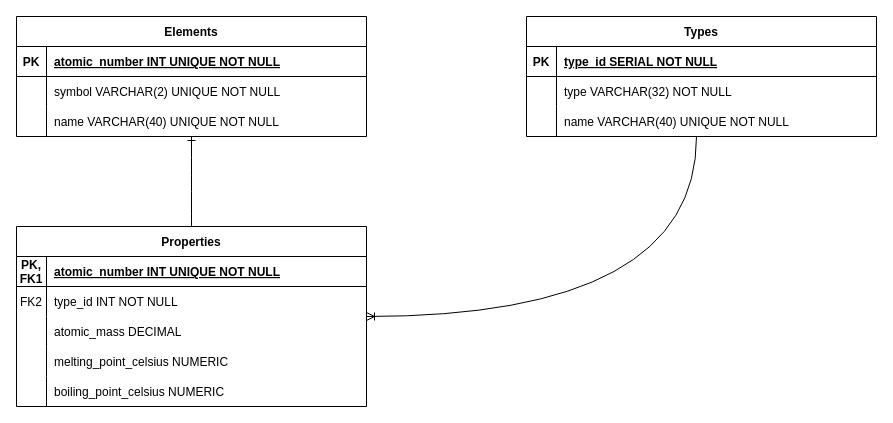
The draw.io diagram erd.drawio in ChiefWoods/periodic-table-database, before the edit. Source tidied: cells renumbered, new cells numbered last; positions are measured from the earlier drawing's top-left corner, leaving out a move shared by most shapes. Both pictures are drawn from the tidied source at 100%, with x=0, y=0 at pixel (16, 16).
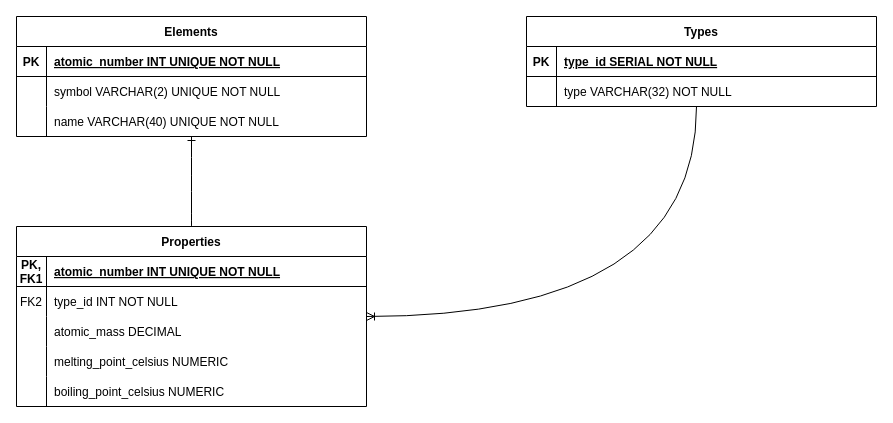
The same diagram, later.

What changed in the source:
```diff
@@
     <mxCell id="28" value="Types" style="shape=table;startSize=30;childLayout=tableLayout;rowLines=0;fontStyle=1;align=center;" parent="1" vertex="1">
-      <mxGeometry x="510" width="350" height="120" as="geometry" />
+      <mxGeometry x="510" width="350" height="90" as="geometry" />
     </mxCell>
@@
-    <mxCell id="35" style="shape=partialRectangle;fillColor=none;top=0;left=0;right=0;bottom=0;" parent="28" vertex="1">
-      <mxGeometry y="90" width="350" height="30" as="geometry" />
-    </mxCell>
-    <mxCell id="36" style="shape=partialRectangle;overflow=hidden;fillColor=none;top=0;left=0;bottom=0;right=0;" parent="35" vertex="1">
-      <mxGeometry width="30" height="30" as="geometry" />
-    </mxCell>
-    <mxCell id="37" value="name VARCHAR(40) UNIQUE NOT NULL" style="shape=partialRectangle;overflow=hidden;fillColor=none;top=0;left=0;bottom=0;right=0;align=left;spacingLeft=6;" parent="35" vertex="1">
-      <mxGeometry x="30" width="320" height="30" as="geometry" />
-    </mxCell>
```
